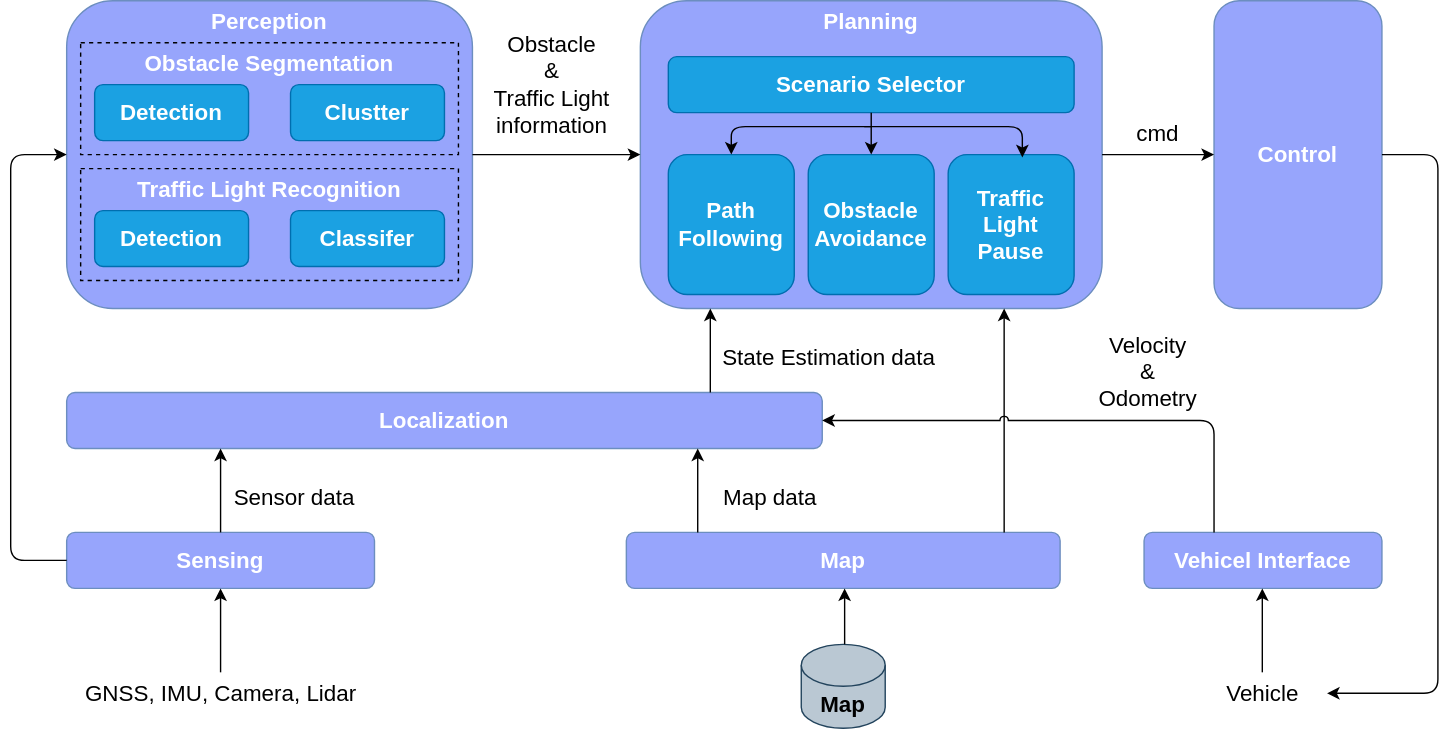
The draw.io diagram docs/architecture/image/software_architecture_concept_design.drawio.svg in Arcanain/Arcanain-Documentation, before a commit. Source tidied: cells renumbered, new cells last; positions are measured from the earlier drawing's top-left corner, leaving out a move shared by most shapes.
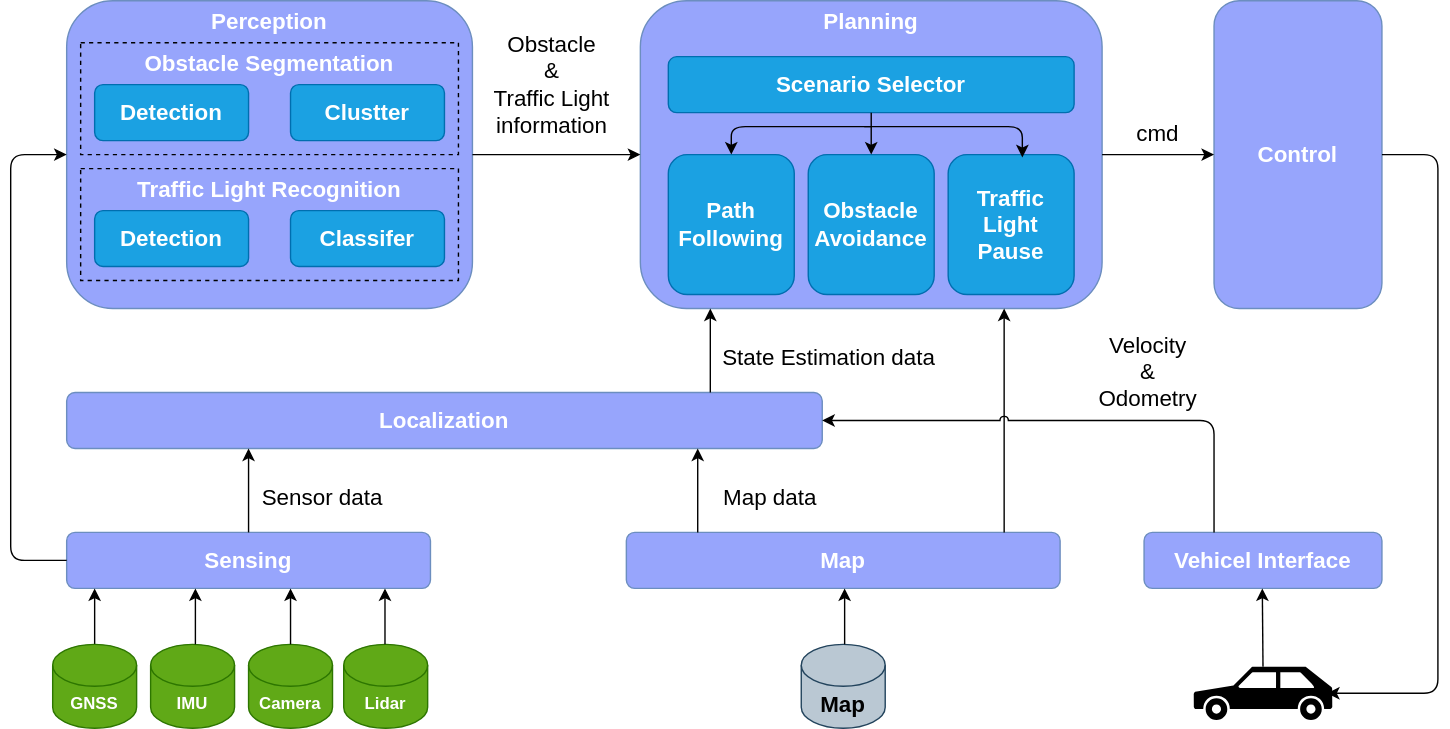
Above is the later version.

Commit message:
[fix]software_architecture

Change to the diagram source:
```diff
@@ -3,7 +3,7 @@
     <mxCell id="0" />
     <mxCell id="1" parent="0" />
     <mxCell id="2" value="&lt;font color=&quot;#ffffff&quot;&gt;&lt;b&gt;Sensing&lt;/b&gt;&lt;/font&gt;" style="rounded=1;whiteSpace=wrap;html=1;fillColor=#97A5FC;strokeColor=#6c8ebf;fontSize=16;" parent="1" vertex="1">
-      <mxGeometry x="40" y="380" width="220" height="40" as="geometry" />
+      <mxGeometry x="40" y="380" width="260" height="40" as="geometry" />
     </mxCell>
     <mxCell id="3" value="&lt;font color=&quot;#ffffff&quot;&gt;&lt;b&gt;Localization&lt;/b&gt;&lt;/font&gt;" style="rounded=1;whiteSpace=wrap;html=1;fillColor=#97A5FC;strokeColor=#6c8ebf;fontSize=16;" parent="1" vertex="1">
       <mxGeometry x="40" y="280" width="540" height="40" as="geometry" />
@@ -26,9 +26,9 @@
     <mxCell id="9" value="&lt;font color=&quot;#ffffff&quot;&gt;&lt;b&gt;Control&lt;/b&gt;&lt;/font&gt;" style="rounded=1;whiteSpace=wrap;html=1;fillColor=#97A5FC;strokeColor=#6c8ebf;fontSize=16;" parent="1" vertex="1">
       <mxGeometry x="860" width="120" height="220" as="geometry" />
     </mxCell>
-    <mxCell id="10" style="endArrow=classic;html=1;fontSize=16;fontColor=#FFFFFF;strokeColor=#000000;entryX=0.5;entryY=1;entryDx=0;entryDy=0;" parent="1" edge="1" target="2">
+    <mxCell id="10" style="endArrow=classic;html=1;fontSize=16;fontColor=#FFFFFF;strokeColor=#000000;exitX=0.5;exitY=0;exitDx=0;exitDy=0;exitPerimeter=0;" parent="1" edge="1" source="48">
       <mxGeometry relative="1" as="geometry">
-        <mxPoint x="150" y="480" as="sourcePoint" />
+        <mxPoint x="60" y="420" as="targetPoint" />
       </mxGeometry>
     </mxCell>
     <mxCell id="11" style="endArrow=classic;html=1;fontSize=16;fontColor=#FFFFFF;strokeColor=#000000;entryX=0.5;entryY=1;entryDx=0;entryDy=0;" parent="1" edge="1">
@@ -39,7 +39,7 @@
     </mxCell>
     <mxCell id="12" style="endArrow=classic;html=1;fontSize=16;fontColor=#FFFFFF;strokeColor=#000000;exitX=0.5;exitY=0;exitDx=0;exitDy=0;" parent="1" edge="1" source="2">
       <mxGeometry relative="1" as="geometry">
-        <mxPoint x="150" y="320" as="targetPoint" />
+        <mxPoint x="170" y="320" as="targetPoint" />
       </mxGeometry>
     </mxCell>
     <mxCell id="13" style="endArrow=classic;html=1;fontSize=16;fontColor=#FFFFFF;strokeColor=#000000;" parent="1" edge="1">
@@ -57,7 +57,7 @@
       </mxGeometry>
     </mxCell>
     <mxCell id="15" value="Sensor data" style="text;html=1;fillColor=none;align=center;verticalAlign=middle;whiteSpace=wrap;rounded=0;labelBackgroundColor=none;fontSize=16;fontColor=#000000;" parent="1" vertex="1">
-      <mxGeometry x="150" y="340" width="106" height="30" as="geometry" />
+      <mxGeometry x="170" y="340" width="106" height="30" as="geometry" />
     </mxCell>
     <mxCell id="16" value="Map data" style="text;html=1;fillColor=none;align=center;verticalAlign=middle;whiteSpace=wrap;rounded=0;labelBackgroundColor=none;fontSize=16;fontColor=#000000;" parent="1" vertex="1">
       <mxGeometry x="490" y="340" width="106" height="30" as="geometry" />
@@ -65,9 +65,6 @@
     <mxCell id="17" value="&lt;b&gt;&lt;font color=&quot;#ffffff&quot;&gt;Perception&lt;/font&gt;&lt;/b&gt;" style="text;html=1;fillColor=none;align=center;verticalAlign=middle;whiteSpace=wrap;rounded=0;labelBackgroundColor=none;fontSize=16;fontColor=#000000;" parent="1" vertex="1">
       <mxGeometry x="132" width="106" height="30" as="geometry" />
     </mxCell>
-    <mxCell id="18" value="GNSS, IMU, Camera, Lidar" style="text;html=1;fillColor=none;align=center;verticalAlign=middle;whiteSpace=wrap;rounded=0;labelBackgroundColor=none;fontSize=16;fontColor=#000000;" parent="1" vertex="1">
-      <mxGeometry x="43.5" y="480" width="213" height="30" as="geometry" />
-    </mxCell>
     <mxCell id="19" value="&lt;b&gt;Detection&lt;/b&gt;" style="rounded=1;whiteSpace=wrap;html=1;fillColor=#1ba1e2;strokeColor=#006EAF;fontSize=16;fontColor=#ffffff;" parent="1" vertex="1">
       <mxGeometry x="60" y="60" width="110" height="40" as="geometry" />
     </mxCell>
@@ -162,25 +159,55 @@
     <mxCell id="42" value="Velocity&lt;br&gt;&amp;amp;&lt;br&gt;Odometry" style="text;html=1;fillColor=none;align=center;verticalAlign=middle;whiteSpace=wrap;rounded=0;labelBackgroundColor=none;fontSize=16;fontColor=#000000;" parent="1" vertex="1">
       <mxGeometry x="760" y="250" width="106" height="30" as="geometry" />
     </mxCell>
-    <mxCell id="43" value="Vehicle" style="text;html=1;fillColor=none;align=center;verticalAlign=middle;whiteSpace=wrap;rounded=0;labelBackgroundColor=none;fontSize=16;fontColor=#000000;" parent="1" vertex="1">
-      <mxGeometry x="849.2" y="480" width="91.5" height="30" as="geometry" />
-    </mxCell>
-    <mxCell id="44" style="endArrow=classic;html=1;fontSize=16;fontColor=#FFFFFF;strokeColor=#000000;entryX=0.5;entryY=1;entryDx=0;entryDy=0;" parent="1" edge="1">
+    <mxCell id="44" style="endArrow=classic;html=1;fontSize=16;fontColor=#FFFFFF;strokeColor=#000000;entryX=0.5;entryY=1;entryDx=0;entryDy=0;exitX=0.5;exitY=0;exitDx=0;exitDy=0;exitPerimeter=0;" parent="1" edge="1" source="47">
       <mxGeometry relative="1" as="geometry">
-        <mxPoint x="894.5" y="480" as="sourcePoint" />
         <mxPoint x="894.5" y="420" as="targetPoint" />
       </mxGeometry>
     </mxCell>
     <mxCell id="45" value="cmd" style="text;html=1;fillColor=none;align=center;verticalAlign=middle;whiteSpace=wrap;rounded=0;labelBackgroundColor=none;fontSize=16;fontColor=#000000;" parent="1" vertex="1">
       <mxGeometry x="767" y="80" width="106" height="30" as="geometry" />
     </mxCell>
-    <mxCell id="46" style="endArrow=classic;html=1;fontSize=16;fontColor=#FFFFFF;strokeColor=#000000;exitX=1;exitY=0.5;exitDx=0;exitDy=0;entryX=1;entryY=0.5;entryDx=0;entryDy=0;" parent="1" edge="1" source="9" target="43">
+    <mxCell id="46" style="endArrow=classic;html=1;fontSize=16;fontColor=#FFFFFF;strokeColor=#000000;exitX=1;exitY=0.5;exitDx=0;exitDy=0;entryX=1;entryY=0.5;entryDx=0;entryDy=0;" parent="1" edge="1" source="9">
       <mxGeometry relative="1" as="geometry">
+        <mxPoint x="940.8" y="495" as="targetPoint" />
         <Array as="points">
           <mxPoint x="1020" y="110" />
           <mxPoint x="1020" y="495" />
         </Array>
       </mxGeometry>
     </mxCell>
+    <mxCell id="47" style="shape=mxgraph.signs.transportation.car_3;html=1;fillColor=#000000;strokeColor=none;verticalLabelPosition=bottom;verticalAlign=top;align=center;" parent="1" vertex="1">
+      <mxGeometry x="845.5" y="476" width="99" height="38" as="geometry" />
+    </mxCell>
+    <mxCell id="48" value="&lt;b&gt;GNSS&lt;/b&gt;" style="shape=cylinder3;whiteSpace=wrap;html=1;boundedLbl=1;backgroundOutline=1;size=15;fillColor=#60a917;strokeColor=#2D7600;fontColor=#ffffff;" parent="1" vertex="1">
+      <mxGeometry x="30" y="460" width="60" height="60" as="geometry" />
+    </mxCell>
+    <mxCell id="49" value="&lt;b&gt;IMU&lt;/b&gt;" style="shape=cylinder3;whiteSpace=wrap;html=1;boundedLbl=1;backgroundOutline=1;size=15;fillColor=#60a917;strokeColor=#2D7600;fontColor=#ffffff;" parent="1" vertex="1">
+      <mxGeometry x="100" y="460" width="60" height="60" as="geometry" />
+    </mxCell>
+    <mxCell id="50" value="&lt;b&gt;Camera&lt;/b&gt;" style="shape=cylinder3;whiteSpace=wrap;html=1;boundedLbl=1;backgroundOutline=1;size=15;fillColor=#60a917;strokeColor=#2D7600;fontColor=#ffffff;" parent="1" vertex="1">
+      <mxGeometry x="170" y="460" width="60" height="60" as="geometry" />
+    </mxCell>
+    <mxCell id="51" value="&lt;b&gt;Lidar&lt;/b&gt;" style="shape=cylinder3;whiteSpace=wrap;html=1;boundedLbl=1;backgroundOutline=1;size=15;fillColor=#60a917;strokeColor=#2D7600;fontColor=#ffffff;" parent="1" vertex="1">
+      <mxGeometry x="238" y="460" width="60" height="60" as="geometry" />
+    </mxCell>
+    <mxCell id="52" style="endArrow=classic;html=1;fontSize=16;fontColor=#FFFFFF;strokeColor=#000000;exitX=0.5;exitY=0;exitDx=0;exitDy=0;exitPerimeter=0;" parent="1" edge="1">
+      <mxGeometry relative="1" as="geometry">
+        <mxPoint x="132" y="460" as="sourcePoint" />
+        <mxPoint x="132" y="420" as="targetPoint" />
+      </mxGeometry>
+    </mxCell>
+    <mxCell id="53" style="endArrow=classic;html=1;fontSize=16;fontColor=#FFFFFF;strokeColor=#000000;exitX=0.5;exitY=0;exitDx=0;exitDy=0;exitPerimeter=0;" parent="1" edge="1">
+      <mxGeometry relative="1" as="geometry">
+        <mxPoint x="200" y="460" as="sourcePoint" />
+        <mxPoint x="200" y="420" as="targetPoint" />
+      </mxGeometry>
+    </mxCell>
+    <mxCell id="54" style="endArrow=classic;html=1;fontSize=16;fontColor=#FFFFFF;strokeColor=#000000;exitX=0.5;exitY=0;exitDx=0;exitDy=0;exitPerimeter=0;" parent="1" edge="1">
+      <mxGeometry relative="1" as="geometry">
+        <mxPoint x="267.5" y="460" as="sourcePoint" />
+        <mxPoint x="267.5" y="420" as="targetPoint" />
+      </mxGeometry>
+    </mxCell>
   </root>
 </mxGraphModel>
```
